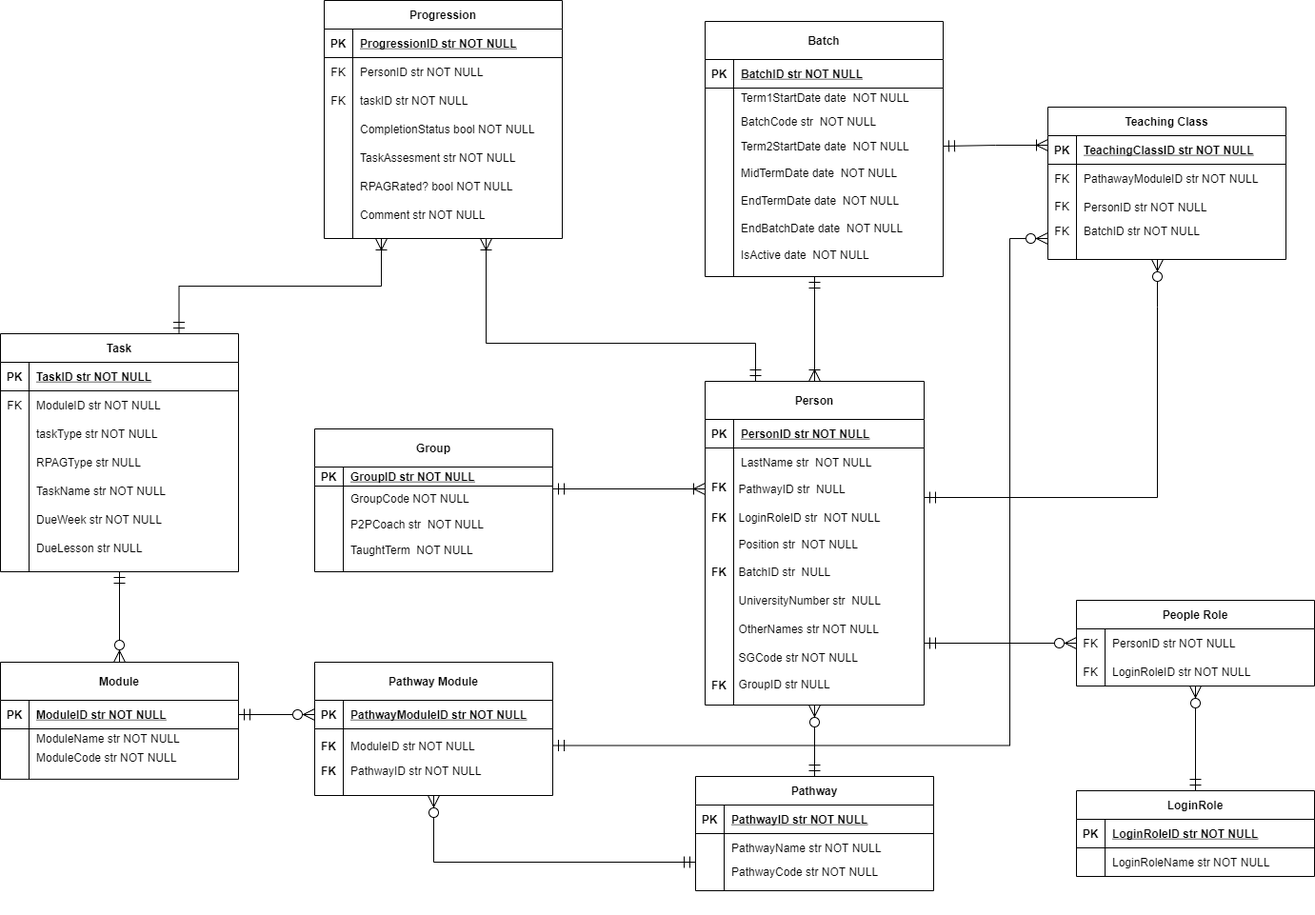
Earlier version of the draw.io export 2021/mongodb/HackatlonERD.png (JohnAPedagogy/ProgressiveStudentHackathon). Source tidied: cells renumbered, new cells last; positions are measured from the earlier drawing's top-left corner, leaving out a move shared by most shapes.
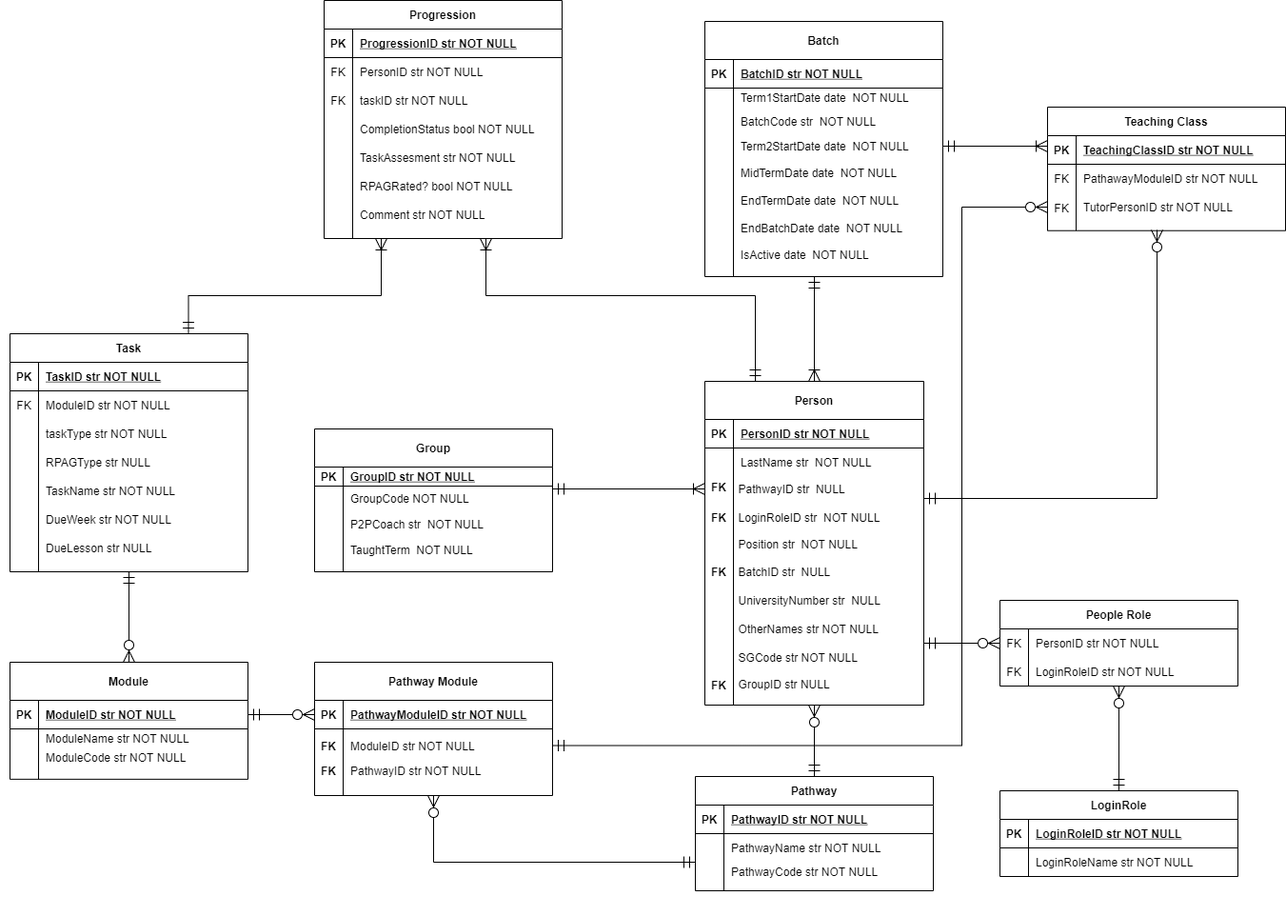
Above is the later version.

The edit, as a diff of the source:
```diff
@@ -227,7 +227,7 @@
       <mxGeometry width="220" height="18.3" as="geometry" />
     </mxCell>
     <mxCell id="76" style="group;" parent="1" vertex="1">
-      <mxGeometry y="350" width="250" height="250" as="geometry" />
+      <mxGeometry x="10" y="350" width="250" height="250" as="geometry" />
     </mxCell>
     <mxCell id="77" value="Task" style="shape=table;startSize=30;rowLines=0;fontStyle=1;align=center;" parent="76" vertex="1">
       <mxGeometry width="250" height="250" as="geometry" />
@@ -329,7 +329,7 @@
       <mxGeometry width="250" height="204.8" as="geometry" />
     </mxCell>
     <mxCell id="110" value="Module" style="shape=table;startSize=40;rowLines=0;fontStyle=1;align=center;" parent="109" vertex="1">
-      <mxGeometry width="250" height="122.9" as="geometry" />
+      <mxGeometry x="10" width="250" height="122.9" as="geometry" />
     </mxCell>
     <mxCell id="111" style="shape=partialRectangle;fillColor=none;points=[[0,0.5],[1,0.5]];portConstraint=eastwest;top=0;left=0;right=0;bottom=1;" parent="110" vertex="1">
       <mxGeometry y="40" width="250" height="30" as="geometry" />
@@ -350,7 +350,7 @@
       <mxGeometry x="30" width="220" height="20" as="geometry" />
     </mxCell>
     <mxCell id="117" style="group;" parent="109" vertex="1">
-      <mxGeometry x="30" y="92.1" width="220" height="61.4" as="geometry" />
+      <mxGeometry x="40" y="92.1" width="220" height="61.4" as="geometry" />
     </mxCell>
     <mxCell id="118" style="shape=partialRectangle;overflow=hidden;fillColor=none;top=0;left=0;bottom=0;right=0;align=left;spacingLeft=6;" parent="117" vertex="1">
       <mxGeometry width="220" height="20.5" as="geometry" />
@@ -378,6 +378,10 @@
     <mxCell id="124" style="edgeStyle=orthogonalEdgeStyle;rounded=0;jettySize=auto;html=1;exitX=0.75;exitY=0;exitDx=0;exitDy=0;startArrow=ERmandOne;startFill=0;endArrow=ERoneToMany;endFill=0;startSize=10;endSize=10;" parent="1" edge="1" source="77">
       <mxGeometry relative="1" as="geometry">
         <mxPoint x="400" y="250" as="targetPoint" />
+        <Array as="points">
+          <mxPoint x="198" y="310" />
+          <mxPoint x="400" y="310" />
+        </Array>
       </mxGeometry>
     </mxCell>
     <mxCell id="125" style="edgeStyle=orthogonalEdgeStyle;rounded=0;orthogonalLoop=1;jettySize=auto;html=1;startArrow=ERmandOne;startFill=0;endArrow=ERoneToMany;endFill=0;startSize=10;endSize=10;" parent="1" edge="1">
@@ -385,13 +389,13 @@
         <mxPoint x="793" y="400" as="sourcePoint" />
         <mxPoint x="510" y="250" as="targetPoint" />
         <Array as="points">
-          <mxPoint x="793" y="360" />
-          <mxPoint x="510" y="360" />
+          <mxPoint x="793" y="310" />
+          <mxPoint x="510" y="310" />
         </Array>
       </mxGeometry>
     </mxCell>
     <mxCell id="126" value="People Role" style="shape=table;startSize=30;rowLines=0;fontStyle=1;align=center;" parent="1" vertex="1">
-      <mxGeometry x="1130" y="630" width="250" height="90" as="geometry" />
+      <mxGeometry x="1050" y="630" width="250" height="90" as="geometry" />
     </mxCell>
     <mxCell id="127" style="shape=partialRectangle;fillColor=none;points=[[0,0.5],[1,0.5]];portConstraint=eastwest;top=0;left=0;right=0;bottom=0;" parent="126" vertex="1">
       <mxGeometry y="30" width="250" height="30" as="geometry" />
@@ -411,13 +415,13 @@
       <mxGeometry relative="1" as="geometry" />
     </mxCell>
     <mxCell id="132" style="group;" parent="1" vertex="1">
-      <mxGeometry x="1100" y="112" width="250" height="160" as="geometry" />
+      <mxGeometry x="1100" y="112" width="250" height="148" as="geometry" />
     </mxCell>
     <mxCell id="133" style="group;" parent="132" vertex="1">
-      <mxGeometry width="250" height="160" as="geometry" />
+      <mxGeometry width="250" height="120" as="geometry" />
     </mxCell>
     <mxCell id="134" value="Teaching Class" style="shape=table;startSize=30;rowLines=0;fontStyle=1;align=center;" parent="133" vertex="1">
-      <mxGeometry width="250" height="160" as="geometry" />
+      <mxGeometry width="250" height="129.7" as="geometry" />
     </mxCell>
     <mxCell id="135" style="shape=partialRectangle;fillColor=none;top=0;left=0;right=0;bottom=1;" parent="134" vertex="1">
       <mxGeometry y="30" width="250" height="30" as="geometry" />
@@ -443,42 +447,35 @@
     <mxCell id="142" style="shape=partialRectangle;overflow=hidden;fillColor=none;top=0;left=0;bottom=0;right=0;" parent="141" vertex="1">
       <mxGeometry width="30" height="30" as="geometry" />
     </mxCell>
-    <mxCell id="143" value="PersonID str NOT NULL" style="shape=partialRectangle;overflow=hidden;fillColor=none;top=0;left=0;bottom=0;right=0;align=left;spacingLeft=6;" parent="141" vertex="1">
+    <mxCell id="143" value="TutorPersonID str NOT NULL" style="shape=partialRectangle;overflow=hidden;fillColor=none;top=0;left=0;bottom=0;right=0;align=left;spacingLeft=6;" parent="141" vertex="1">
       <mxGeometry x="30" width="220" height="30" as="geometry" />
     </mxCell>
-    <mxCell id="144" value="BatchID str NOT NULL" style="shape=partialRectangle;overflow=hidden;fillColor=none;top=0;left=0;bottom=0;right=0;align=left;spacingLeft=6;" parent="133" vertex="1">
-      <mxGeometry x="30" y="120" width="220" height="19.2" as="geometry" />
-    </mxCell>
-    <mxCell id="145" style="shape=partialRectangle;overflow=hidden;fillColor=none;top=0;left=0;bottom=0;right=0;align=left;spacingLeft=6;" parent="133" vertex="1">
-      <mxGeometry x="30" y="134.4" width="220" height="19.2" as="geometry" />
-    </mxCell>
-    <mxCell id="146" value="FK" style="shape=partialRectangle;overflow=hidden;fillColor=none;top=0;left=0;bottom=0;right=0;" parent="133" vertex="1">
-      <mxGeometry y="120" width="30" height="19.2" as="geometry" />
-    </mxCell>
     <mxCell id="147" value="FK" style="shape=partialRectangle;overflow=hidden;fillColor=none;top=0;left=0;bottom=0;right=0;" parent="133" vertex="1">
-      <mxGeometry y="94" width="30" height="19.2" as="geometry" />
+      <mxGeometry y="98" width="30" height="14.4" as="geometry" />
     </mxCell>
     <mxCell id="148" style="edgeStyle=orthogonalEdgeStyle;rounded=0;orthogonalLoop=1;jettySize=auto;html=1;startArrow=ERzeroToMany;startFill=1;endArrow=ERmandOne;endFill=0;startSize=10;endSize=10;" parent="1" edge="1">
       <mxGeometry relative="1" as="geometry">
-        <mxPoint x="1215" y="272" as="sourcePoint" />
-        <mxPoint x="970" y="522" as="targetPoint" />
+        <mxPoint x="1215" y="241" as="sourcePoint" />
+        <mxPoint x="970" y="523" as="targetPoint" />
         <Array as="points">
-          <mxPoint x="1215" y="322" />
-          <mxPoint x="1215" y="522" />
+          <mxPoint x="1215" y="523" />
         </Array>
       </mxGeometry>
     </mxCell>
-    <mxCell id="149" style="edgeStyle=orthogonalEdgeStyle;rounded=0;jettySize=auto;html=1;exitX=0;exitY=0.25;exitDx=0;exitDy=0;startArrow=ERoneToMany;startFill=0;endArrow=ERmandOne;endFill=0;startSize=10;endSize=10;" parent="1" edge="1" source="134">
+    <mxCell id="149" style="edgeStyle=orthogonalEdgeStyle;rounded=0;orthogonalLoop=1;jettySize=auto;html=1;startArrow=ERoneToMany;startFill=0;endArrow=ERmandOne;endFill=0;startSize=10;endSize=10;" parent="1" edge="1">
       <mxGeometry relative="1" as="geometry">
+        <mxPoint x="1100" y="153" as="sourcePoint" />
         <mxPoint x="990" y="153" as="targetPoint" />
+        <Array as="points">
+          <mxPoint x="1100" y="153" />
+        </Array>
       </mxGeometry>
     </mxCell>
-    <mxCell id="150" style="edgeStyle=orthogonalEdgeStyle;rounded=0;jettySize=auto;html=1;exitX=1;exitY=0.5;exitDx=0;exitDy=0;startArrow=ERmandOne;startFill=0;endArrow=ERzeroToMany;endFill=1;startSize=10;endSize=10;" parent="1" edge="1" source="69">
+    <mxCell id="150" style="edgeStyle=orthogonalEdgeStyle;rounded=0;jettySize=auto;html=1;exitX=1;exitY=0.5;exitDx=0;exitDy=0;startArrow=ERmandOne;startFill=0;endArrow=ERzeroToMany;endFill=1;startSize=10;endSize=10;entryX=0;entryY=0.5;entryDx=0;entryDy=0;" parent="1" edge="1" source="69" target="141">
       <mxGeometry relative="1" as="geometry">
-        <mxPoint x="1100" y="250" as="targetPoint" />
         <Array as="points">
-          <mxPoint x="1060" y="783" />
-          <mxPoint x="1060" y="250" />
+          <mxPoint x="1010" y="783" />
+          <mxPoint x="1010" y="217" />
         </Array>
       </mxGeometry>
     </mxCell>
@@ -493,11 +490,11 @@
     </mxCell>
     <mxCell id="154" style="edgeStyle=orthogonalEdgeStyle;rounded=0;jettySize=auto;html=1;exitX=0.5;exitY=0;exitDx=0;exitDy=0;endArrow=ERzeroToMany;endFill=1;endSize=10;startSize=10;startArrow=ERmandOne;startFill=0;" parent="1" edge="1" source="155">
       <mxGeometry relative="1" as="geometry">
-        <mxPoint x="1255" y="720" as="targetPoint" />
+        <mxPoint x="1175" y="720" as="targetPoint" />
       </mxGeometry>
     </mxCell>
     <mxCell id="155" value="LoginRole" style="shape=table;startSize=30;rowLines=0;fontStyle=1;align=center;" parent="1" vertex="1">
-      <mxGeometry x="1130" y="830" width="250" height="90" as="geometry" />
+      <mxGeometry x="1050" y="830" width="250" height="90" as="geometry" />
     </mxCell>
     <mxCell id="156" style="shape=partialRectangle;fillColor=none;top=0;left=0;right=0;bottom=1;" parent="155" vertex="1">
       <mxGeometry y="30" width="250" height="30" as="geometry" />
@@ -518,10 +515,10 @@
       <mxGeometry x="30" width="220" height="30" as="geometry" />
     </mxCell>
     <mxCell id="162" value="LoginRoleID str NOT NULL" style="shape=partialRectangle;overflow=hidden;fillColor=none;top=0;left=0;bottom=0;right=0;align=left;spacingLeft=6;" parent="1" vertex="1">
-      <mxGeometry x="1160" y="690" width="220" height="30" as="geometry" />
+      <mxGeometry x="1080" y="690" width="220" height="30" as="geometry" />
     </mxCell>
     <mxCell id="163" value="FK" style="shape=partialRectangle;overflow=hidden;fillColor=none;top=0;left=0;bottom=0;right=0;" parent="1" vertex="1">
-      <mxGeometry x="1130" y="690" width="30" height="30" as="geometry" />
+      <mxGeometry x="1050" y="690" width="30" height="30" as="geometry" />
     </mxCell>
     <mxCell id="164" value="PathwayCode str NOT NULL" style="shape=partialRectangle;overflow=hidden;fillColor=none;top=0;left=0;bottom=0;right=0;align=left;spacingLeft=6;" parent="1" vertex="1">
       <mxGeometry x="760" y="900" width="220" height="30" as="geometry" />
```
